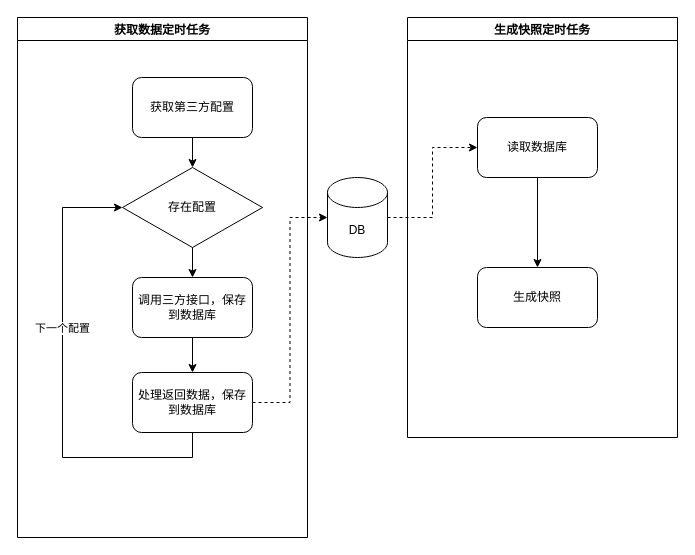
Before: supv2.8.0.drawio in yindongjun/drawio-2, a draw.io diagram. Source tidied: cells renumbered, new cells numbered last; positions are measured from the earlier drawing's top-left corner, leaving out a move shared by most shapes. Both pictures are drawn from the tidied source at 100%, with x=0, y=0 at pixel (17, 17).
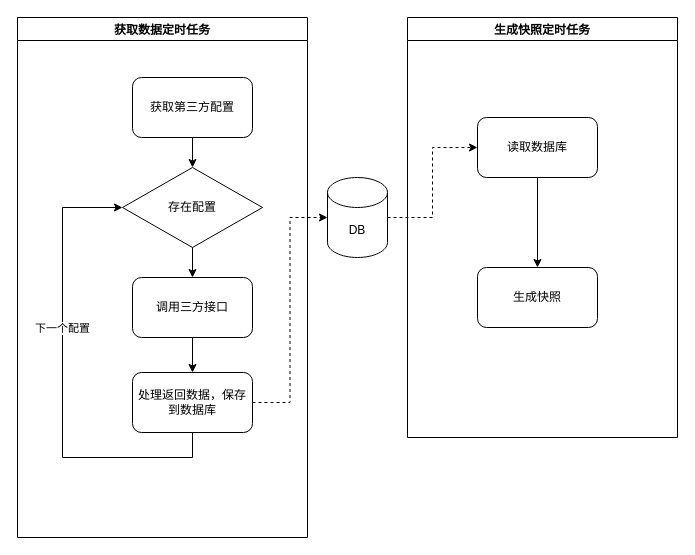
The same page after the edit.

What changed in the source:
```diff
@@
 <mxGraphModel>
   <root>
     <mxCell id="0" />
     <mxCell id="1" parent="0" />
     <mxCell id="2" style="edgeStyle=orthogonalEdgeStyle;rounded=0;jettySize=auto;html=1;exitX=1;exitY=0.5;exitDx=0;exitDy=0;entryX=0;entryY=0.5;entryDx=0;entryDy=0;entryPerimeter=0;dashed=1;" parent="1" edge="1" source="13" target="4">
       <mxGeometry relative="1" as="geometry" />
     </mxCell>
     <mxCell id="3" style="edgeStyle=orthogonalEdgeStyle;rounded=0;jettySize=auto;html=1;exitX=1;exitY=0.5;exitDx=0;exitDy=0;exitPerimeter=0;entryX=0;entryY=0.5;entryDx=0;entryDy=0;dashed=1;" parent="1" edge="1" source="4" target="15">
       <mxGeometry relative="1" as="geometry" />
     </mxCell>
     <mxCell id="4" value="DB" style="shape=cylinder3;whiteSpace=wrap;html=1;boundedLbl=1;backgroundOutline=1;size=15;" parent="1" vertex="1">
       <mxGeometry x="310" y="160" width="60" height="80" as="geometry" />
     </mxCell>
     <mxCell id="5" value="获取数据定时任务" style="swimlane;" parent="1" vertex="1">
       <mxGeometry width="290" height="520" as="geometry" />
     </mxCell>
     <mxCell id="6" value="获取第三方配置" style="rounded=1;whiteSpace=wrap;html=1;" parent="5" vertex="1">
       <mxGeometry x="115" y="60" width="120" height="60" as="geometry" />
     </mxCell>
     <mxCell id="7" value="存在配置" style="rhombus;whiteSpace=wrap;html=1;" parent="5" vertex="1">
       <mxGeometry x="105" y="150" width="140" height="80" as="geometry" />
     </mxCell>
     <mxCell id="8" style="edgeStyle=orthogonalEdgeStyle;rounded=0;jettySize=auto;html=1;exitX=0.5;exitY=1;exitDx=0;exitDy=0;entryX=0.5;entryY=0;entryDx=0;entryDy=0;" parent="5" edge="1" source="6" target="7">
       <mxGeometry relative="1" as="geometry" />
     </mxCell>
     <mxCell id="9" value="下一个配置" style="edgeStyle=orthogonalEdgeStyle;rounded=0;jettySize=auto;html=1;exitX=0.5;exitY=1;exitDx=0;exitDy=0;entryX=0;entryY=0.5;entryDx=0;entryDy=0;" parent="5" edge="1" source="13" target="7">
       <mxGeometry x="0.22" relative="1" as="geometry">
         <Array as="points">
           <mxPoint x="175" y="440" />
           <mxPoint x="45" y="440" />
           <mxPoint x="45" y="190" />
         </Array>
       </mxGeometry>
     </mxCell>
     <mxCell id="10" style="edgeStyle=orthogonalEdgeStyle;rounded=0;jettySize=auto;html=1;exitX=0.5;exitY=1;exitDx=0;exitDy=0;entryX=0.5;entryY=0;entryDx=0;entryDy=0;" parent="5" edge="1" source="11" target="13">
       <mxGeometry relative="1" as="geometry" />
     </mxCell>
-    <mxCell id="11" value="调用三方接口，保存到数据库" style="rounded=1;whiteSpace=wrap;html=1;" parent="5" vertex="1">
+    <mxCell id="11" value="调用三方接口" style="rounded=1;whiteSpace=wrap;html=1;" parent="5" vertex="1">
       <mxGeometry x="115" y="260" width="120" height="60" as="geometry" />
     </mxCell>
     <mxCell id="12" style="edgeStyle=orthogonalEdgeStyle;rounded=0;jettySize=auto;html=1;exitX=0.5;exitY=1;exitDx=0;exitDy=0;entryX=0.5;entryY=0;entryDx=0;entryDy=0;" parent="5" edge="1" source="7" target="11">
       <mxGeometry relative="1" as="geometry" />
     </mxCell>
     <mxCell id="13" value="处理返回数据，保存到数据库" style="rounded=1;whiteSpace=wrap;html=1;" parent="5" vertex="1">
       <mxGeometry x="115" y="355" width="120" height="60" as="geometry" />
     </mxCell>
     <mxCell id="14" value="生成快照定时任务" style="swimlane;startSize=23;" parent="1" vertex="1">
       <mxGeometry x="390" width="270" height="420" as="geometry" />
     </mxCell>
     <mxCell id="15" value="读取数据库" style="rounded=1;whiteSpace=wrap;html=1;" parent="14" vertex="1">
       <mxGeometry x="70" y="100" width="120" height="60" as="geometry" />
     </mxCell>
     <mxCell id="16" value="生成快照" style="rounded=1;whiteSpace=wrap;html=1;" parent="14" vertex="1">
       <mxGeometry x="70" y="250" width="120" height="60" as="geometry" />
     </mxCell>
     <mxCell id="17" style="edgeStyle=orthogonalEdgeStyle;rounded=0;jettySize=auto;html=1;exitX=0.5;exitY=1;exitDx=0;exitDy=0;entryX=0.5;entryY=0;entryDx=0;entryDy=0;" parent="14" edge="1" source="15" target="16">
       <mxGeometry relative="1" as="geometry" />
     </mxCell>
   </root>
 </mxGraphModel>
```
